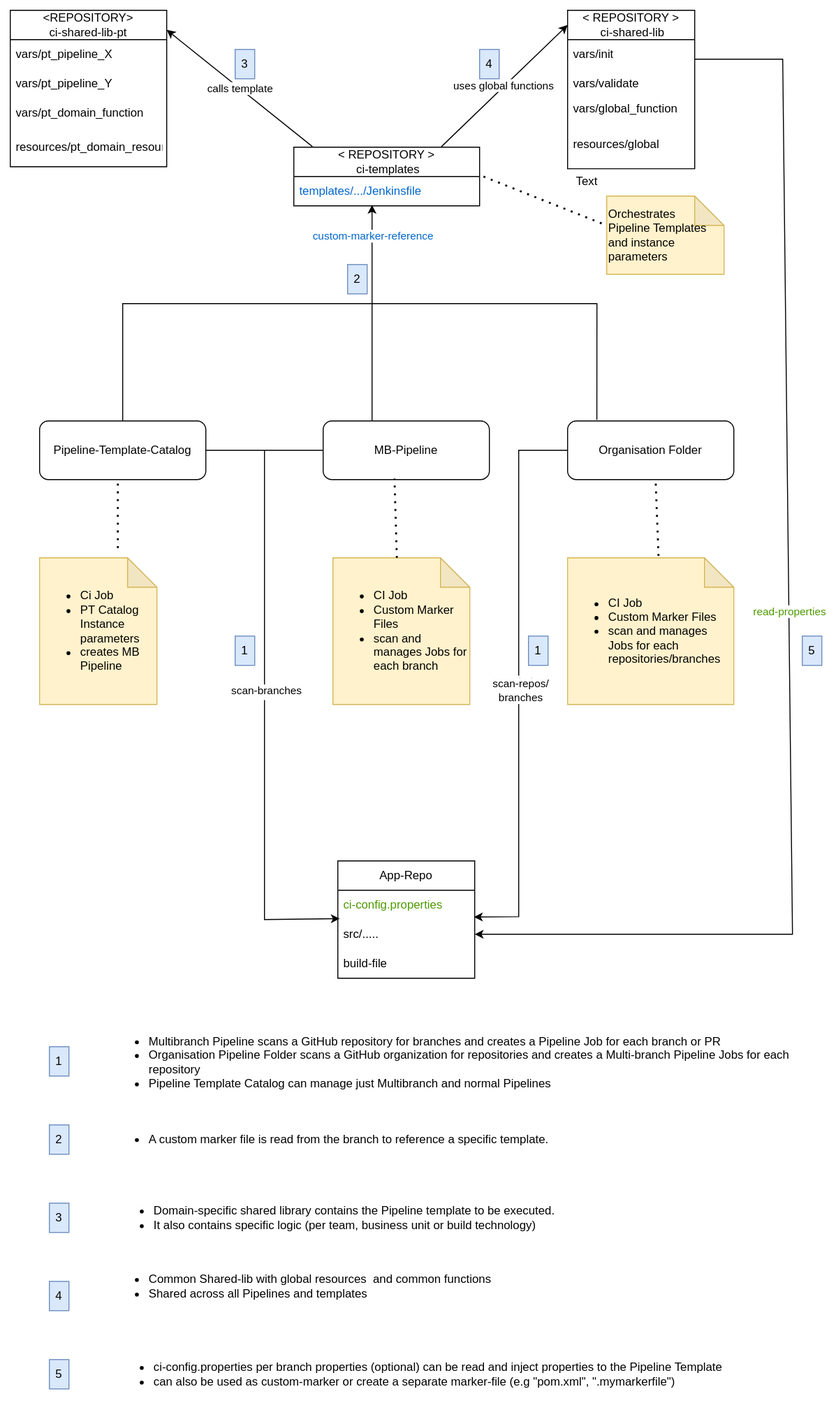
Before: images/CI-Component-diagram.svg, a diagram exported from draw.io (cb-ci-templates/ci-templates). Source tidied: cells renumbered, new cells last; positions are measured from the earlier drawing's top-left corner, leaving out a move shared by most shapes.
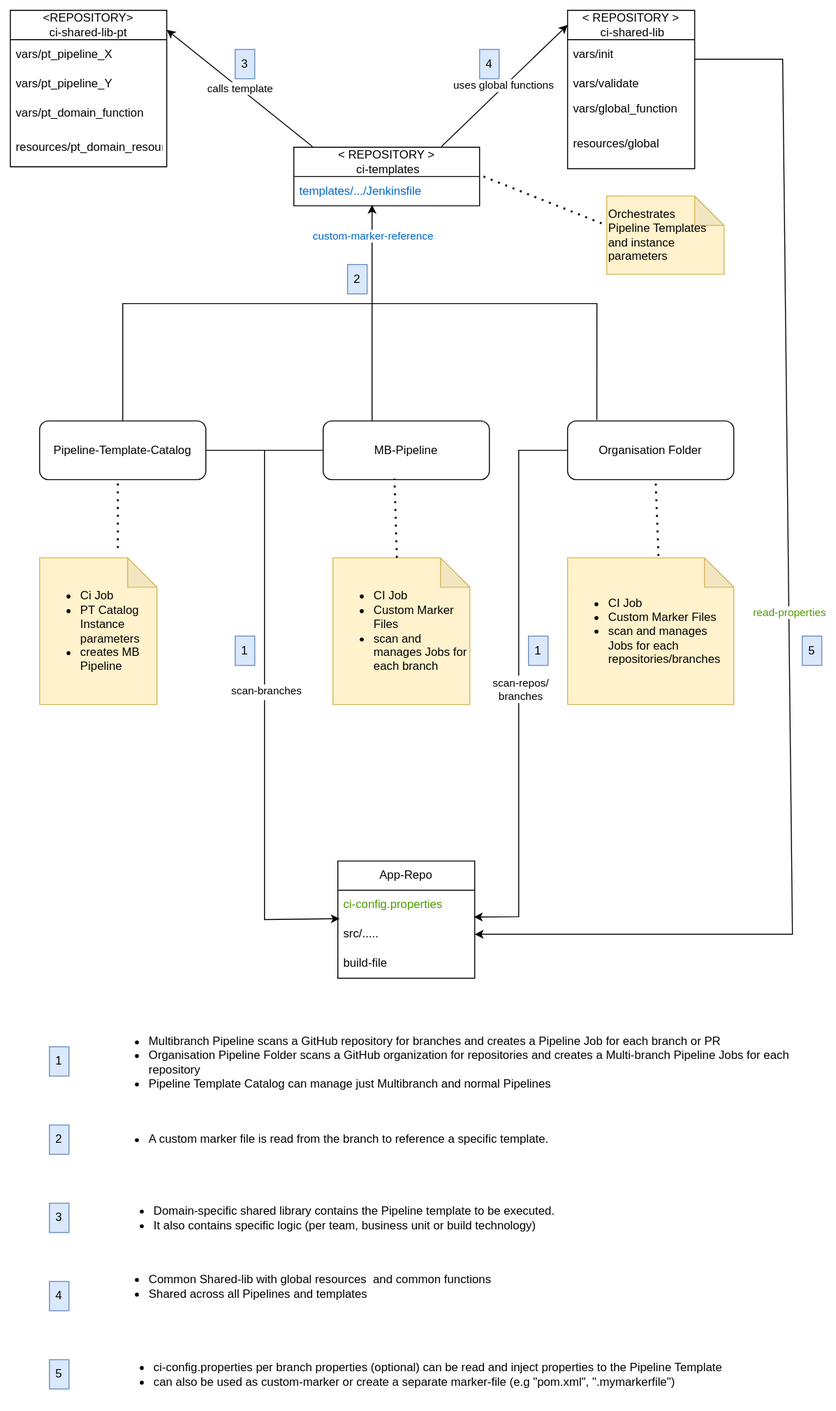
The same file after the commit.

Diff of the diagram source:
```diff
@@ -182,9 +182,6 @@
     <mxCell id="46" style="edgeStyle=orthogonalEdgeStyle;rounded=0;orthogonalLoop=1;jettySize=auto;html=1;exitX=0.5;exitY=1;exitDx=0;exitDy=0;exitPerimeter=0;" parent="1" edge="1" source="22" target="22">
       <mxGeometry relative="1" as="geometry" />
     </mxCell>
-    <mxCell id="47" value="Text" style="text;html=1;align=center;verticalAlign=middle;whiteSpace=wrap;rounded=0;" parent="1" vertex="1">
-      <mxGeometry x="560" y="160" width="60" height="30" as="geometry" />
-    </mxCell>
     <mxCell id="48" value="&lt;p&gt;1&lt;/p&gt;" style="text;html=1;align=center;verticalAlign=middle;whiteSpace=wrap;rounded=0;fillColor=#dae8fc;strokeColor=#6c8ebf;" parent="1" vertex="1">
       <mxGeometry x="230" y="640" width="20" height="30" as="geometry" />
     </mxCell>
```
